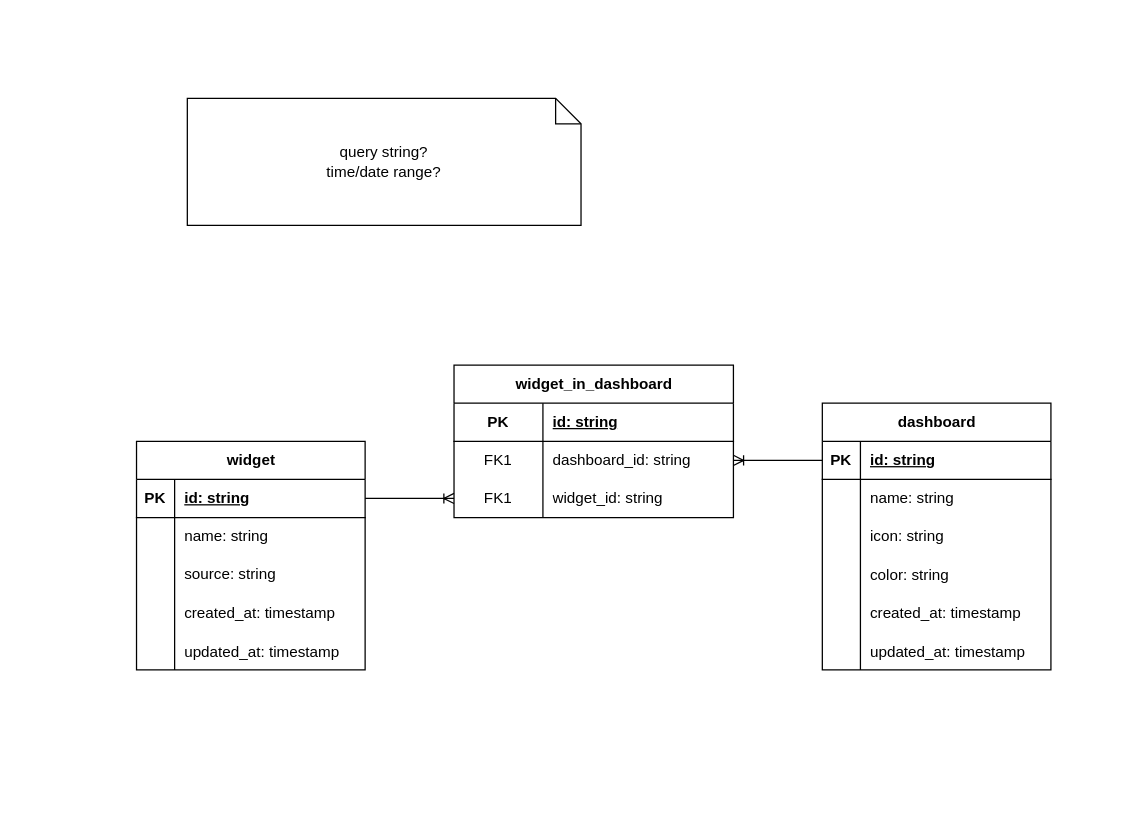
This is dynagraph.drawio from HardenedHunter/dynagraph, a draw.io file, before an edit. Source tidied: cells renumbered, new cells numbered last; positions are measured from the earlier drawing's top-left corner, leaving out a move shared by most shapes. Both pictures are drawn from the tidied source at 127%, with x=0, y=0 at pixel (136, 98).
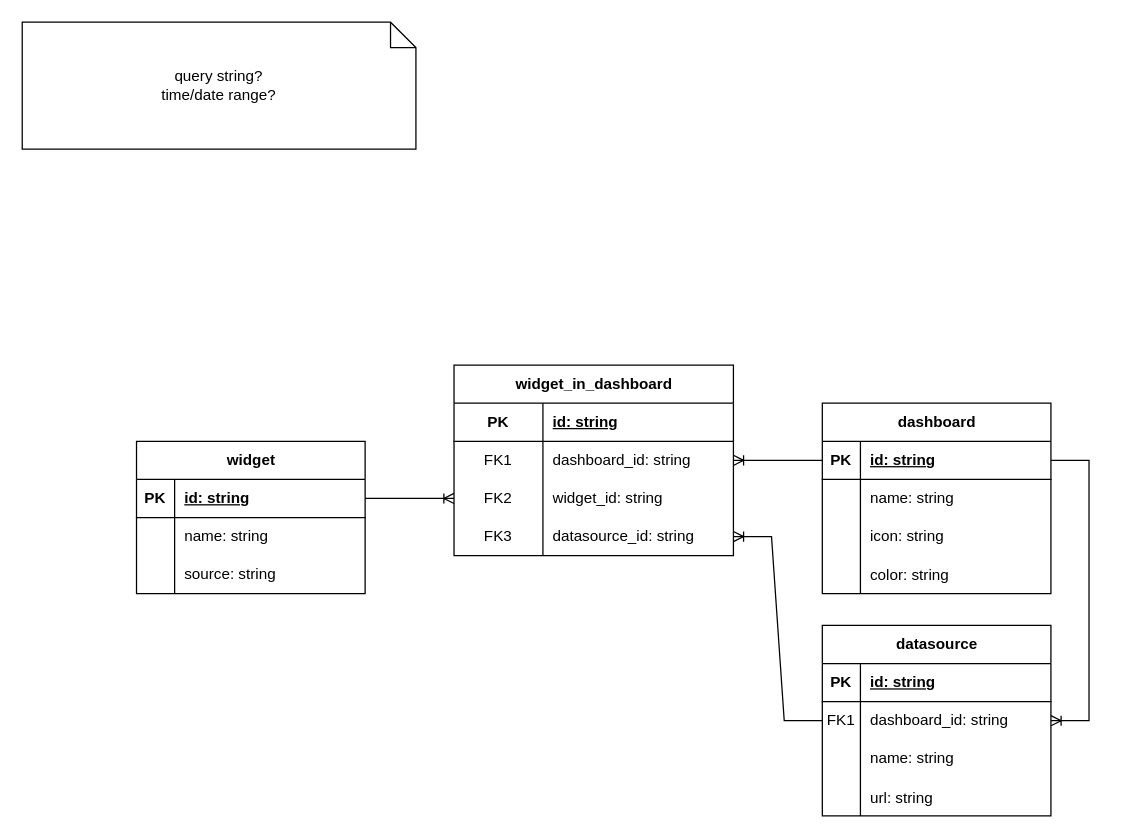
The same diagram, later.

Commit message (it also covers changes not shown here):
Added data model for datasource

Unchanged cells that the change refers to:
```xml
<mxCell id="19" style="shape=tableRow;horizontal=0;startSize=0;swimlaneHead=0;swimlaneBody=0;fillColor=none;points=[[0,0.5],[1,0.5]];portConstraint=eastwest;top=0;left=0;right=0;bottom=1;" parent="18" vertex="1">
  <mxGeometry y="30" width="180" height="30" as="geometry" />
</mxCell>
<mxCell id="44" style="shape=tableRow;horizontal=0;startSize=0;swimlaneHead=0;swimlaneBody=0;fillColor=none;points=[[0,0.5],[1,0.5]];portConstraint=eastwest;top=0;left=0;right=0;bottom=0;" parent="37" vertex="1">
  <mxGeometry y="90" width="220" height="30" as="geometry" />
</mxCell>
```

Diff of the diagram source:
```diff
@@
     <mxCell id="2" value="widget" style="shape=table;startSize=30;childLayout=tableLayout;rowLines=0;fontStyle=1;align=center;html=1;swimlaneLine=1;" parent="1" vertex="1">
-      <mxGeometry y="270" width="180" height="180" as="geometry" />
+      <mxGeometry y="270" width="180" height="120" as="geometry" />
     </mxCell>
@@
-    <mxCell id="12" style="shape=tableRow;horizontal=0;startSize=0;swimlaneHead=0;swimlaneBody=0;fillColor=none;top=0;left=0;right=0;bottom=0;" parent="2" vertex="1">
-      <mxGeometry y="120" width="180" height="30" as="geometry" />
-    </mxCell>
-    <mxCell id="13" style="shape=partialRectangle;fillColor=none;top=0;left=0;bottom=0;right=0;overflow=hidden;" parent="12" vertex="1">
-      <mxGeometry width="30" height="30" as="geometry" />
-    </mxCell>
-    <mxCell id="14" value="created_at: timestamp" style="shape=partialRectangle;fillColor=none;top=0;left=0;bottom=0;right=0;align=left;spacingLeft=6;overflow=hidden;" parent="12" vertex="1">
-      <mxGeometry x="30" width="150" height="30" as="geometry" />
-    </mxCell>
-    <mxCell id="15" style="shape=tableRow;horizontal=0;startSize=0;swimlaneHead=0;swimlaneBody=0;fillColor=none;top=0;left=0;right=0;bottom=0;" parent="2" vertex="1">
-      <mxGeometry y="150" width="180" height="30" as="geometry" />
-    </mxCell>
-    <mxCell id="16" style="shape=partialRectangle;fillColor=none;top=0;left=0;bottom=0;right=0;overflow=hidden;" parent="15" vertex="1">
-      <mxGeometry width="30" height="30" as="geometry" />
-    </mxCell>
-    <mxCell id="17" value="updated_at: timestamp" style="shape=partialRectangle;fillColor=none;top=0;left=0;bottom=0;right=0;align=left;spacingLeft=6;overflow=hidden;" parent="15" vertex="1">
-      <mxGeometry x="30" width="150" height="30" as="geometry" />
-    </mxCell>
     <mxCell id="18" value="dashboard" style="shape=table;startSize=30;childLayout=tableLayout;rowLines=0;fontStyle=1;align=center;html=1;swimlaneLine=1;" parent="1" vertex="1">
-      <mxGeometry x="540" y="240" width="180" height="210" as="geometry" />
+      <mxGeometry x="540" y="240" width="180" height="150" as="geometry" />
     </mxCell>
@@
-    <mxCell id="31" style="shape=tableRow;horizontal=0;startSize=0;swimlaneHead=0;swimlaneBody=0;fillColor=none;top=0;left=0;right=0;bottom=0;" parent="18" vertex="1">
-      <mxGeometry y="150" width="180" height="30" as="geometry" />
-    </mxCell>
-    <mxCell id="32" style="shape=partialRectangle;fillColor=none;top=0;left=0;bottom=0;right=0;overflow=hidden;" parent="31" vertex="1">
-      <mxGeometry width="30" height="30" as="geometry" />
-    </mxCell>
-    <mxCell id="33" value="created_at: timestamp" style="shape=partialRectangle;fillColor=none;top=0;left=0;bottom=0;right=0;align=left;spacingLeft=6;overflow=hidden;" parent="31" vertex="1">
-      <mxGeometry x="30" width="150" height="30" as="geometry" />
-    </mxCell>
-    <mxCell id="34" style="shape=tableRow;horizontal=0;startSize=0;swimlaneHead=0;swimlaneBody=0;fillColor=none;top=0;left=0;right=0;bottom=0;" parent="18" vertex="1">
-      <mxGeometry y="180" width="180" height="30" as="geometry" />
-    </mxCell>
-    <mxCell id="35" style="shape=partialRectangle;fillColor=none;top=0;left=0;bottom=0;right=0;overflow=hidden;" parent="34" vertex="1">
-      <mxGeometry width="30" height="30" as="geometry" />
-    </mxCell>
-    <mxCell id="36" value="updated_at: timestamp" style="shape=partialRectangle;fillColor=none;top=0;left=0;bottom=0;right=0;align=left;spacingLeft=6;overflow=hidden;" parent="34" vertex="1">
-      <mxGeometry x="30" width="150" height="30" as="geometry" />
-    </mxCell>
     <mxCell id="37" value="widget_in_dashboard" style="shape=table;startSize=30;childLayout=tableLayout;rowLines=0;fontStyle=1;align=center;html=1;swimlaneLine=1;" parent="1" vertex="1">
-      <mxGeometry x="250" y="210" width="220" height="120" as="geometry" />
+      <mxGeometry x="250" y="210" width="220" height="150" as="geometry" />
     </mxCell>
@@
-    <mxCell id="45" value="FK1" style="shape=partialRectangle;fillColor=none;top=0;left=0;bottom=0;right=0;fontStyle=0;overflow=hidden;whiteSpace=wrap;html=1;" parent="44" vertex="1">
+    <mxCell id="45" value="FK2" style="shape=partialRectangle;fillColor=none;top=0;left=0;bottom=0;right=0;fontStyle=0;overflow=hidden;whiteSpace=wrap;html=1;" parent="44" vertex="1">
       <mxGeometry width="70" height="30" as="geometry" />
     </mxCell>
@@
+    <mxCell id="51" style="shape=tableRow;horizontal=0;startSize=0;swimlaneHead=0;swimlaneBody=0;fillColor=none;points=[[0,0.5],[1,0.5]];portConstraint=eastwest;top=0;left=0;right=0;bottom=0;" parent="37" vertex="1">
+      <mxGeometry y="120" width="220" height="30" as="geometry" />
+    </mxCell>
+    <mxCell id="52" value="FK3" style="shape=partialRectangle;fillColor=none;top=0;left=0;bottom=0;right=0;fontStyle=0;overflow=hidden;whiteSpace=wrap;html=1;" parent="51" vertex="1">
+      <mxGeometry width="70" height="30" as="geometry" />
+    </mxCell>
+    <mxCell id="53" value="datasource_id: string" style="shape=partialRectangle;fillColor=none;top=0;left=0;bottom=0;right=0;align=left;spacingLeft=6;fontStyle=0;overflow=hidden;whiteSpace=wrap;html=1;" parent="51" vertex="1">
+      <mxGeometry x="70" width="150" height="30" as="geometry" />
+    </mxCell>
@@
     <mxCell id="50" value="query string?&lt;div&gt;time/date range?&lt;/div&gt;" style="shape=note;size=20;whiteSpace=wrap;html=1;" parent="1" vertex="1">
-      <mxGeometry x="40" width="310" height="100" as="geometry" />
+      <mxGeometry x="-90" y="-60" width="310" height="100" as="geometry" />
     </mxCell>
+    <mxCell id="54" value="datasource" style="shape=table;startSize=30;childLayout=tableLayout;rowLines=0;fontStyle=1;align=center;html=1;swimlaneLine=1;" parent="1" vertex="1">
+      <mxGeometry x="540" y="415" width="180" height="150" as="geometry" />
+    </mxCell>
+    <mxCell id="55" style="shape=tableRow;horizontal=0;startSize=0;swimlaneHead=0;swimlaneBody=0;fillColor=none;top=0;left=0;right=0;bottom=1;" parent="54" vertex="1">
+      <mxGeometry y="30" width="180" height="30" as="geometry" />
+    </mxCell>
+    <mxCell id="56" value="PK" style="shape=partialRectangle;fillColor=none;top=0;left=0;bottom=0;right=0;fontStyle=1;overflow=hidden;whiteSpace=wrap;html=1;" parent="55" vertex="1">
+      <mxGeometry width="30" height="30" as="geometry" />
+    </mxCell>
+    <mxCell id="57" value="id: string" style="shape=partialRectangle;fillColor=none;top=0;left=0;bottom=0;right=0;align=left;spacingLeft=6;fontStyle=5;overflow=hidden;whiteSpace=wrap;html=1;" parent="55" vertex="1">
+      <mxGeometry x="30" width="150" height="30" as="geometry" />
+    </mxCell>
+    <mxCell id="58" style="shape=tableRow;horizontal=0;startSize=0;swimlaneHead=0;swimlaneBody=0;fillColor=none;points=[[0,0.5],[1,0.5]];portConstraint=eastwest;top=0;left=0;right=0;bottom=0;" parent="54" vertex="1">
+      <mxGeometry y="60" width="180" height="30" as="geometry" />
+    </mxCell>
+    <mxCell id="59" value="FK1" style="shape=partialRectangle;fillColor=none;top=0;left=0;bottom=0;right=0;overflow=hidden;whiteSpace=wrap;html=1;" parent="58" vertex="1">
+      <mxGeometry width="30" height="30" as="geometry" />
+    </mxCell>
+    <mxCell id="60" value="dashboard_id: string" style="shape=partialRectangle;fillColor=none;top=0;left=0;bottom=0;right=0;align=left;spacingLeft=6;overflow=hidden;whiteSpace=wrap;html=1;" parent="58" vertex="1">
+      <mxGeometry x="30" width="150" height="30" as="geometry" />
+    </mxCell>
+    <mxCell id="61" style="shape=tableRow;horizontal=0;startSize=0;swimlaneHead=0;swimlaneBody=0;fillColor=none;top=0;left=0;right=0;bottom=0;" parent="54" vertex="1">
+      <mxGeometry y="90" width="180" height="30" as="geometry" />
+    </mxCell>
+    <mxCell id="62" style="shape=partialRectangle;fillColor=none;top=0;left=0;bottom=0;right=0;overflow=hidden;whiteSpace=wrap;html=1;" parent="61" vertex="1">
+      <mxGeometry width="30" height="30" as="geometry" />
+    </mxCell>
+    <mxCell id="63" value="name: string" style="shape=partialRectangle;fillColor=none;top=0;left=0;bottom=0;right=0;align=left;spacingLeft=6;overflow=hidden;whiteSpace=wrap;html=1;" parent="61" vertex="1">
+      <mxGeometry x="30" width="150" height="30" as="geometry" />
+    </mxCell>
+    <mxCell id="12" style="shape=tableRow;horizontal=0;startSize=0;swimlaneHead=0;swimlaneBody=0;fillColor=none;top=0;left=0;right=0;bottom=0;" parent="54" vertex="1">
+      <mxGeometry y="120" width="180" height="30" as="geometry" />
+    </mxCell>
+    <mxCell id="64" style="shape=partialRectangle;fillColor=none;top=0;left=0;bottom=0;right=0;overflow=hidden;" parent="12" vertex="1">
+      <mxGeometry width="30" height="30" as="geometry" />
+    </mxCell>
+    <mxCell id="65" value="url: string" style="shape=partialRectangle;fillColor=none;top=0;left=0;bottom=0;right=0;align=left;spacingLeft=6;overflow=hidden;" parent="12" vertex="1">
+      <mxGeometry x="30" width="150" height="30" as="geometry" />
+    </mxCell>
+    <mxCell id="66" style="edgeStyle=entityRelationEdgeStyle;fontSize=12;html=1;endArrow=ERoneToMany;rounded=0;exitX=1;exitY=0.5;exitDx=0;exitDy=0;entryX=1;entryY=0.5;entryDx=0;entryDy=0;" parent="1" edge="1" source="19" target="58">
+      <mxGeometry relative="1" as="geometry" />
+    </mxCell>
+    <mxCell id="67" style="edgeStyle=entityRelationEdgeStyle;fontSize=12;html=1;endArrow=ERoneToMany;rounded=0;exitX=0;exitY=0.5;exitDx=0;exitDy=0;entryX=1;entryY=0.5;entryDx=0;entryDy=0;" parent="1" edge="1" source="58" target="51">
+      <mxGeometry relative="1" as="geometry" />
+    </mxCell>
```
